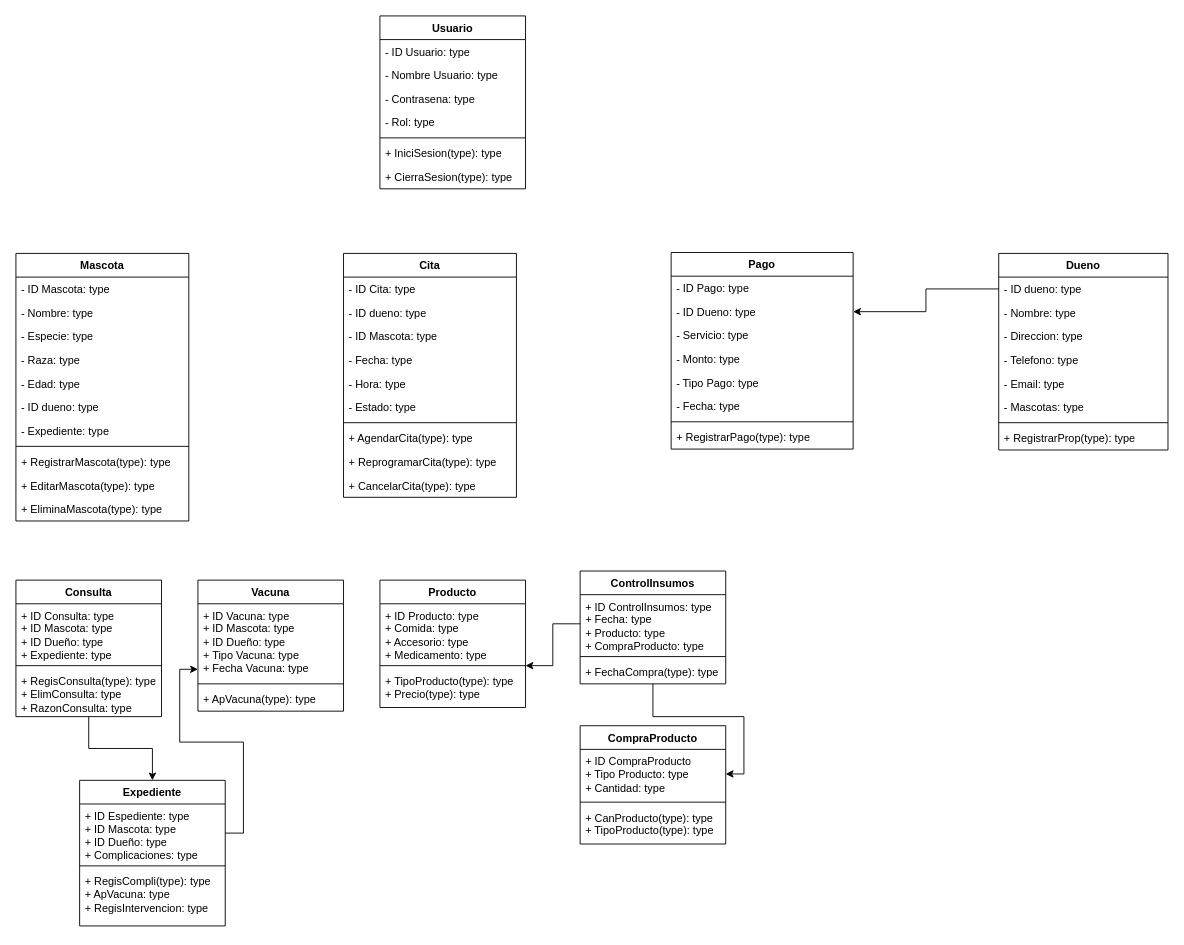
Above: Diagrama sin título.drawio in NixieNixi/diagramaClases (draw.io), before the change. Source tidied: cells renumbered, new cells numbered last; positions are measured from the earlier drawing's top-left corner, leaving out a move shared by most shapes. Both pictures are drawn from the tidied source at 91%, with x=0, y=0 at pixel (15, 15).
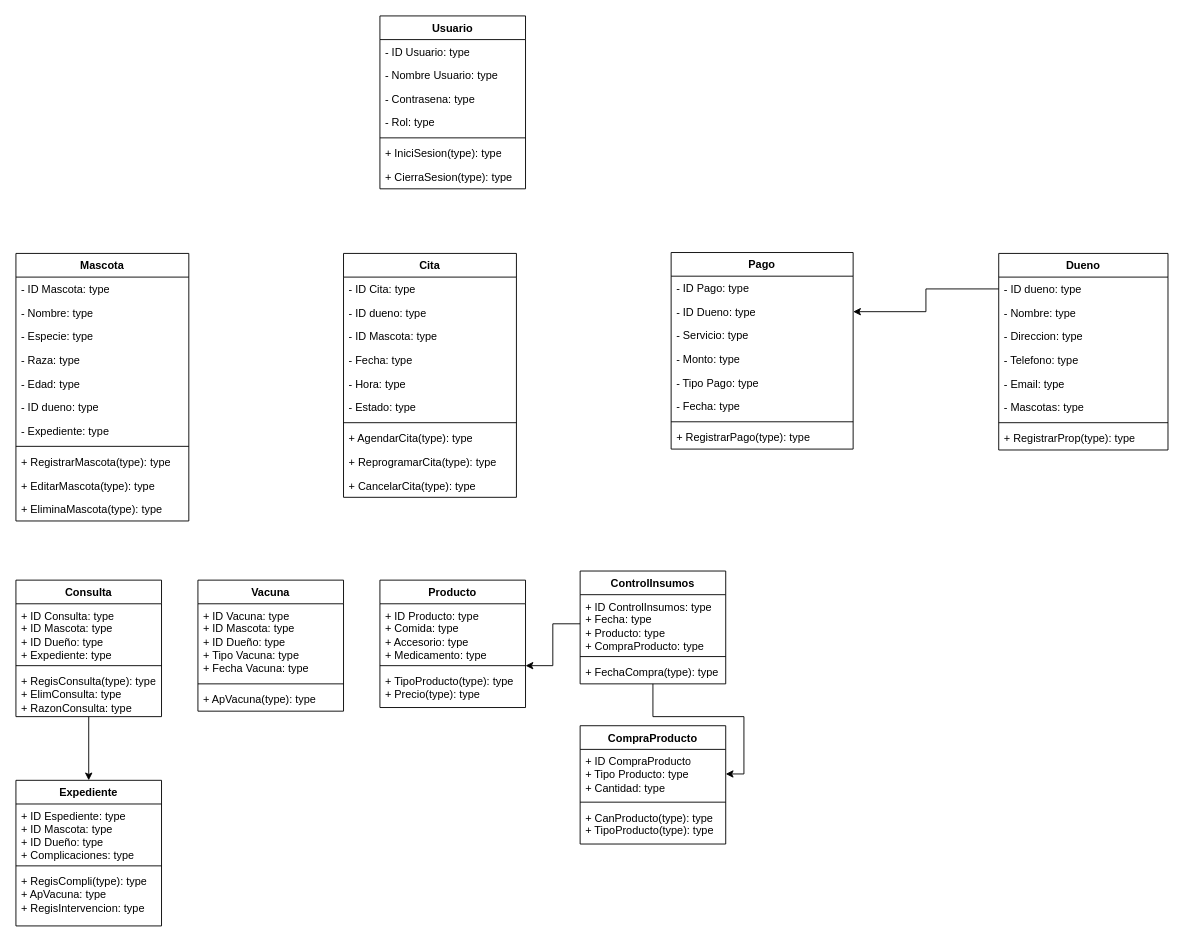
After the change.

The change refers to these unchanged cells:
```xml
<mxCell id="52" value="+ ID Vacuna: type&lt;div&gt;+ ID Mascota: type&lt;/div&gt;&lt;div&gt;+ ID Dueño: type&lt;/div&gt;&lt;div&gt;+ Tipo Vacuna: type&lt;/div&gt;&lt;div&gt;+ Fecha Vacuna: type&lt;/div&gt;" style="text;strokeColor=none;fillColor=none;align=left;verticalAlign=top;spacingLeft=4;spacingRight=4;overflow=hidden;points=[[0,0.5],[1,0.5]];portConstraint=eastwest;whiteSpace=wrap;html=1;" parent="51" vertex="1">
  <mxGeometry y="26" width="160" height="84" as="geometry" />
</mxCell>
<mxCell id="73" value="+ ID Espediente: type&lt;div&gt;+ ID Mascota: type&lt;/div&gt;&lt;div&gt;+ ID Dueño: type&lt;/div&gt;&lt;div&gt;+ Complicaciones: type&lt;/div&gt;" style="text;strokeColor=none;fillColor=none;align=left;verticalAlign=top;spacingLeft=4;spacingRight=4;overflow=hidden;points=[[0,0.5],[1,0.5]];portConstraint=eastwest;whiteSpace=wrap;html=1;" parent="72" vertex="1">
  <mxGeometry y="26" width="160" height="64" as="geometry" />
</mxCell>
```

Diff of the diagram source:
```diff
@@
     <mxCell id="72" value="Expediente" style="swimlane;fontStyle=1;align=center;verticalAlign=top;horizontal=1;startSize=26;whiteSpace=wrap;html=1;" parent="1" vertex="1">
-      <mxGeometry x="70" y="840" width="160" height="160" as="geometry" />
+      <mxGeometry y="840" width="160" height="160" as="geometry" />
     </mxCell>
@@
-    <mxCell id="79" style="edgeStyle=orthogonalEdgeStyle;rounded=0;jettySize=auto;html=1;entryX=0;entryY=0.857;entryDx=0;entryDy=0;entryPerimeter=0;" parent="1" edge="1" source="73" target="52">
-      <mxGeometry relative="1" as="geometry" />
-    </mxCell>
```
